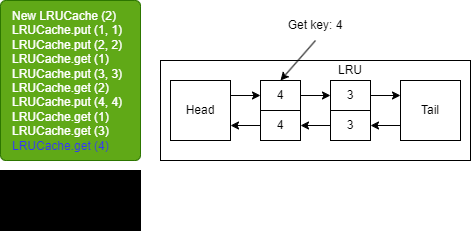
Earlier version of the draw.io export Final_Interview/slides/template.drawio.png (bert799/CodingInterviews). Source tidied: cells renumbered, new cells last; positions are measured from the earlier drawing's top-left corner, leaving out a move shared by most shapes. The source it was exported from:
```xml
<mxGraphModel background="#ffffff">
  <root>
    <mxCell id="0" />
    <mxCell id="1" parent="0" />
    <mxCell id="2" value="&lt;span style=&quot;&quot;&gt;&#9;&lt;/span&gt;New LRUCache (2)&lt;br&gt;&lt;span style=&quot;&quot;&gt;&#9;&lt;/span&gt;LRUCache.put (1, 1)&lt;br&gt;&lt;span style=&quot;&quot;&gt;&#9;&lt;/span&gt;LRUCache.put (2, 2)&lt;br&gt;LRUCache.get (1)&lt;br&gt;LRUCache.put (3, 3)&lt;br&gt;LRUCache.get (2)&lt;br&gt;LRUCache.put (4, 4)&lt;br&gt;LRUCache.get (1)&lt;br&gt;LRUCache.get (3)&lt;br&gt;&lt;font color=&quot;#3333ff&quot;&gt;LRUCache.get (4)&lt;/font&gt;" style="rounded=1;whiteSpace=wrap;html=1;fillColor=#60a917;verticalAlign=top;align=left;arcSize=4;spacingTop=2;spacingLeft=10;spacingBottom=2;fontColor=#ffffff;strokeColor=#2D7600;" parent="1" vertex="1">
      <mxGeometry width="140" height="160" as="geometry" />
    </mxCell>
    <mxCell id="3" value="&lt;pre style=&quot;line-height: 0%;&quot;&gt;output&lt;/pre&gt;&lt;pre style=&quot;text-align: center; line-height: 0%;&quot;&gt;&lt;br&gt;&lt;/pre&gt;&lt;pre style=&quot;text-align: justify; line-height: 0%;&quot;&gt;&amp;gt; 4&lt;/pre&gt;&lt;pre style=&quot;line-height: 0%;&quot;&gt;&lt;br&gt;&lt;/pre&gt;&lt;pre style=&quot;line-height: 0%;&quot;&gt;&lt;br&gt;&lt;/pre&gt;" style="rounded=0;whiteSpace=wrap;html=1;verticalAlign=top;align=left;spacingLeft=4;fillColor=#000000;" parent="1" vertex="1">
      <mxGeometry y="170" width="140" height="60" as="geometry" />
    </mxCell>
    <mxCell id="4" style="rounded=0;whiteSpace=wrap;html=1;fontSize=12;fillColor=none;strokeColor=#000000;" parent="1" vertex="1">
      <mxGeometry x="160" y="60" width="310" height="100" as="geometry" />
    </mxCell>
    <mxCell id="5" style="edgeStyle=none;html=1;exitX=1;exitY=0.25;exitDx=0;exitDy=0;entryX=0;entryY=0.5;entryDx=0;entryDy=0;fontSize=12;fontColor=#000000;strokeColor=#000000;" parent="1" edge="1" source="6" target="10">
      <mxGeometry relative="1" as="geometry" />
    </mxCell>
    <mxCell id="6" value="&lt;font color=&quot;#000000&quot;&gt;Head&lt;/font&gt;" style="whiteSpace=wrap;html=1;rounded=0;strokeColor=#000000;fontSize=12;fillColor=none;" parent="1" vertex="1">
      <mxGeometry x="170" y="80" width="60" height="60" as="geometry" />
    </mxCell>
    <mxCell id="7" style="edgeStyle=none;html=1;exitX=0;exitY=0.75;exitDx=0;exitDy=0;entryX=1;entryY=0.5;entryDx=0;entryDy=0;strokeColor=#000000;fontSize=12;fontColor=#000000;" parent="1" edge="1" source="8" target="16">
      <mxGeometry relative="1" as="geometry" />
    </mxCell>
    <mxCell id="8" value="&lt;font color=&quot;#000000&quot;&gt;Tail&lt;/font&gt;" style="whiteSpace=wrap;html=1;rounded=0;strokeColor=#000000;fontSize=12;fillColor=none;" parent="1" vertex="1">
      <mxGeometry x="400" y="80" width="60" height="60" as="geometry" />
    </mxCell>
    <mxCell id="9" style="edgeStyle=none;html=1;exitX=1;exitY=0.5;exitDx=0;exitDy=0;entryX=0;entryY=0.5;entryDx=0;entryDy=0;strokeColor=#000000;fontSize=12;fontColor=#000000;" parent="1" edge="1" source="10" target="12">
      <mxGeometry relative="1" as="geometry" />
    </mxCell>
    <mxCell id="10" value="4" style="rounded=0;whiteSpace=wrap;html=1;strokeColor=#000000;fontSize=12;fontColor=#000000;fillColor=none;" parent="1" vertex="1">
      <mxGeometry x="260" y="80" width="40" height="30" as="geometry" />
    </mxCell>
    <mxCell id="11" style="edgeStyle=none;html=1;exitX=1;exitY=0.5;exitDx=0;exitDy=0;entryX=0;entryY=0.25;entryDx=0;entryDy=0;strokeColor=#000000;fontSize=12;fontColor=#000000;" parent="1" edge="1" source="12" target="8">
      <mxGeometry relative="1" as="geometry" />
    </mxCell>
    <mxCell id="12" value="3" style="rounded=0;whiteSpace=wrap;html=1;strokeColor=#000000;fontSize=12;fontColor=#000000;fillColor=none;" parent="1" vertex="1">
      <mxGeometry x="330" y="80" width="40" height="30" as="geometry" />
    </mxCell>
    <mxCell id="13" style="edgeStyle=none;html=1;exitX=0;exitY=0.5;exitDx=0;exitDy=0;entryX=1;entryY=0.75;entryDx=0;entryDy=0;strokeColor=#000000;fontSize=12;fontColor=#000000;" parent="1" edge="1" source="14" target="6">
      <mxGeometry relative="1" as="geometry" />
    </mxCell>
    <mxCell id="14" value="4" style="rounded=0;whiteSpace=wrap;html=1;strokeColor=#000000;fontSize=12;fontColor=#000000;fillColor=none;" parent="1" vertex="1">
      <mxGeometry x="260" y="110" width="40" height="30" as="geometry" />
    </mxCell>
    <mxCell id="15" style="edgeStyle=none;html=1;exitX=0;exitY=0.5;exitDx=0;exitDy=0;strokeColor=#000000;fontSize=12;fontColor=#000000;" parent="1" edge="1" source="16" target="14">
      <mxGeometry relative="1" as="geometry" />
    </mxCell>
    <mxCell id="16" value="3" style="rounded=0;whiteSpace=wrap;html=1;strokeColor=#000000;fontSize=12;fontColor=#000000;fillColor=none;" parent="1" vertex="1">
      <mxGeometry x="330" y="110" width="40" height="30" as="geometry" />
    </mxCell>
    <mxCell id="17" value="LRU" style="text;html=1;strokeColor=none;fillColor=none;align=center;verticalAlign=middle;whiteSpace=wrap;rounded=0;fontSize=12;fontColor=#000000;" parent="1" vertex="1">
      <mxGeometry x="325" y="60" width="50" height="20" as="geometry" />
    </mxCell>
    <mxCell id="18" style="edgeStyle=none;html=1;exitX=0.5;exitY=1;exitDx=0;exitDy=0;entryX=0.5;entryY=0;entryDx=0;entryDy=0;strokeColor=#000000;fontSize=12;fontColor=#3333FF;" parent="1" edge="1" source="19" target="10">
      <mxGeometry relative="1" as="geometry" />
    </mxCell>
    <mxCell id="19" value="&lt;font color=&quot;#000000&quot;&gt;Get key: 4&lt;/font&gt;" style="text;html=1;strokeColor=none;fillColor=none;align=center;verticalAlign=middle;whiteSpace=wrap;rounded=0;fontSize=12;fontColor=#3333FF;" parent="1" vertex="1">
      <mxGeometry x="285" y="10" width="60" height="30" as="geometry" />
    </mxCell>
  </root>
</mxGraphModel>
```
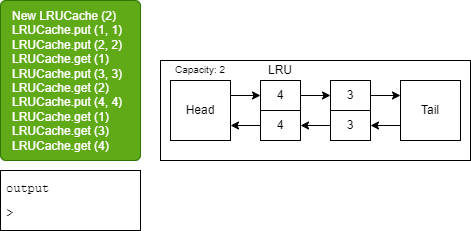
Above is the later version.

Diff of the diagram source:
```diff
@@ -2,10 +2,10 @@
   <root>
     <mxCell id="0" />
     <mxCell id="1" parent="0" />
-    <mxCell id="2" value="&lt;span style=&quot;&quot;&gt;&#9;&lt;/span&gt;New LRUCache (2)&lt;br&gt;&lt;span style=&quot;&quot;&gt;&#9;&lt;/span&gt;LRUCache.put (1, 1)&lt;br&gt;&lt;span style=&quot;&quot;&gt;&#9;&lt;/span&gt;LRUCache.put (2, 2)&lt;br&gt;LRUCache.get (1)&lt;br&gt;LRUCache.put (3, 3)&lt;br&gt;LRUCache.get (2)&lt;br&gt;LRUCache.put (4, 4)&lt;br&gt;LRUCache.get (1)&lt;br&gt;LRUCache.get (3)&lt;br&gt;&lt;font color=&quot;#3333ff&quot;&gt;LRUCache.get (4)&lt;/font&gt;" style="rounded=1;whiteSpace=wrap;html=1;fillColor=#60a917;verticalAlign=top;align=left;arcSize=4;spacingTop=2;spacingLeft=10;spacingBottom=2;fontColor=#ffffff;strokeColor=#2D7600;" parent="1" vertex="1">
+    <mxCell id="2" value="&lt;span style=&quot;&quot;&gt;&#9;&lt;/span&gt;New LRUCache (2)&lt;br&gt;&lt;span style=&quot;&quot;&gt;&#9;&lt;/span&gt;LRUCache.put (1, 1)&lt;br&gt;&lt;span style=&quot;&quot;&gt;&#9;&lt;/span&gt;LRUCache.put (2, 2)&lt;br&gt;LRUCache.get (1)&lt;br&gt;LRUCache.put (3, 3)&lt;br&gt;LRUCache.get (2)&lt;br&gt;LRUCache.put (4, 4)&lt;br&gt;LRUCache.get (1)&lt;br&gt;LRUCache.get (3)&lt;br&gt;LRUCache.get (4)" style="rounded=1;whiteSpace=wrap;html=1;fillColor=#60a917;verticalAlign=top;align=left;arcSize=4;spacingTop=2;spacingLeft=10;spacingBottom=2;fontColor=#ffffff;strokeColor=#2D7600;" parent="1" vertex="1">
       <mxGeometry width="140" height="160" as="geometry" />
     </mxCell>
-    <mxCell id="3" value="&lt;pre style=&quot;line-height: 0%;&quot;&gt;output&lt;/pre&gt;&lt;pre style=&quot;text-align: center; line-height: 0%;&quot;&gt;&lt;br&gt;&lt;/pre&gt;&lt;pre style=&quot;text-align: justify; line-height: 0%;&quot;&gt;&amp;gt; 4&lt;/pre&gt;&lt;pre style=&quot;line-height: 0%;&quot;&gt;&lt;br&gt;&lt;/pre&gt;&lt;pre style=&quot;line-height: 0%;&quot;&gt;&lt;br&gt;&lt;/pre&gt;" style="rounded=0;whiteSpace=wrap;html=1;verticalAlign=top;align=left;spacingLeft=4;fillColor=#000000;" parent="1" vertex="1">
+    <mxCell id="3" value="&lt;pre style=&quot;line-height: 0%;&quot;&gt;&lt;font color=&quot;#000000&quot;&gt;output&lt;/font&gt;&lt;/pre&gt;&lt;pre style=&quot;text-align: center; line-height: 0%;&quot;&gt;&lt;font color=&quot;#000000&quot;&gt;&lt;br&gt;&lt;/font&gt;&lt;/pre&gt;&lt;pre style=&quot;text-align: justify; line-height: 0%;&quot;&gt;&lt;font color=&quot;#000000&quot;&gt;&amp;gt; &lt;/font&gt;&lt;/pre&gt;" style="rounded=0;whiteSpace=wrap;html=1;verticalAlign=top;align=left;spacingLeft=4;fillColor=none;strokeColor=#000000;" parent="1" vertex="1">
       <mxGeometry y="170" width="140" height="60" as="geometry" />
     </mxCell>
     <mxCell id="4" style="rounded=0;whiteSpace=wrap;html=1;fontSize=12;fillColor=none;strokeColor=#000000;" parent="1" vertex="1">
@@ -48,13 +48,10 @@
       <mxGeometry x="330" y="110" width="40" height="30" as="geometry" />
     </mxCell>
     <mxCell id="17" value="LRU" style="text;html=1;strokeColor=none;fillColor=none;align=center;verticalAlign=middle;whiteSpace=wrap;rounded=0;fontSize=12;fontColor=#000000;" parent="1" vertex="1">
-      <mxGeometry x="325" y="60" width="50" height="20" as="geometry" />
+      <mxGeometry x="255" y="60" width="50" height="20" as="geometry" />
     </mxCell>
-    <mxCell id="18" style="edgeStyle=none;html=1;exitX=0.5;exitY=1;exitDx=0;exitDy=0;entryX=0.5;entryY=0;entryDx=0;entryDy=0;strokeColor=#000000;fontSize=12;fontColor=#3333FF;" parent="1" edge="1" source="19" target="10">
-      <mxGeometry relative="1" as="geometry" />
-    </mxCell>
-    <mxCell id="19" value="&lt;font color=&quot;#000000&quot;&gt;Get key: 4&lt;/font&gt;" style="text;html=1;strokeColor=none;fillColor=none;align=center;verticalAlign=middle;whiteSpace=wrap;rounded=0;fontSize=12;fontColor=#3333FF;" parent="1" vertex="1">
-      <mxGeometry x="285" y="10" width="60" height="30" as="geometry" />
+    <mxCell id="19" value="&lt;font color=&quot;#000000&quot; style=&quot;font-size: 10px;&quot;&gt;Capacity: 2&lt;/font&gt;" style="text;html=1;strokeColor=none;fillColor=none;align=center;verticalAlign=middle;whiteSpace=wrap;rounded=0;" parent="1" vertex="1">
+      <mxGeometry x="170" y="54" width="60" height="30" as="geometry" />
     </mxCell>
   </root>
 </mxGraphModel>
```
